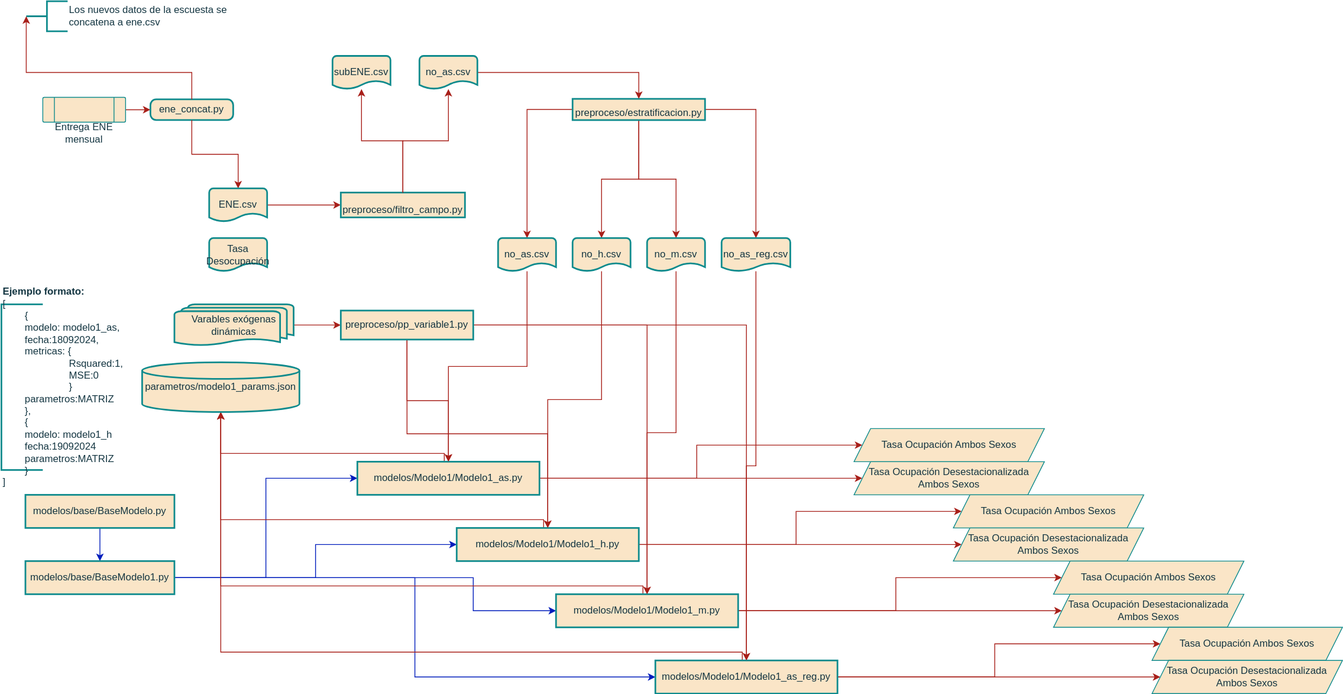
Earlier version of the draw.io export DLC.drawio.svg (alonsoU/alonsoU). Source tidied: cells renumbered, new cells last; positions are measured from the earlier drawing's top-left corner, leaving out a move shared by most shapes.
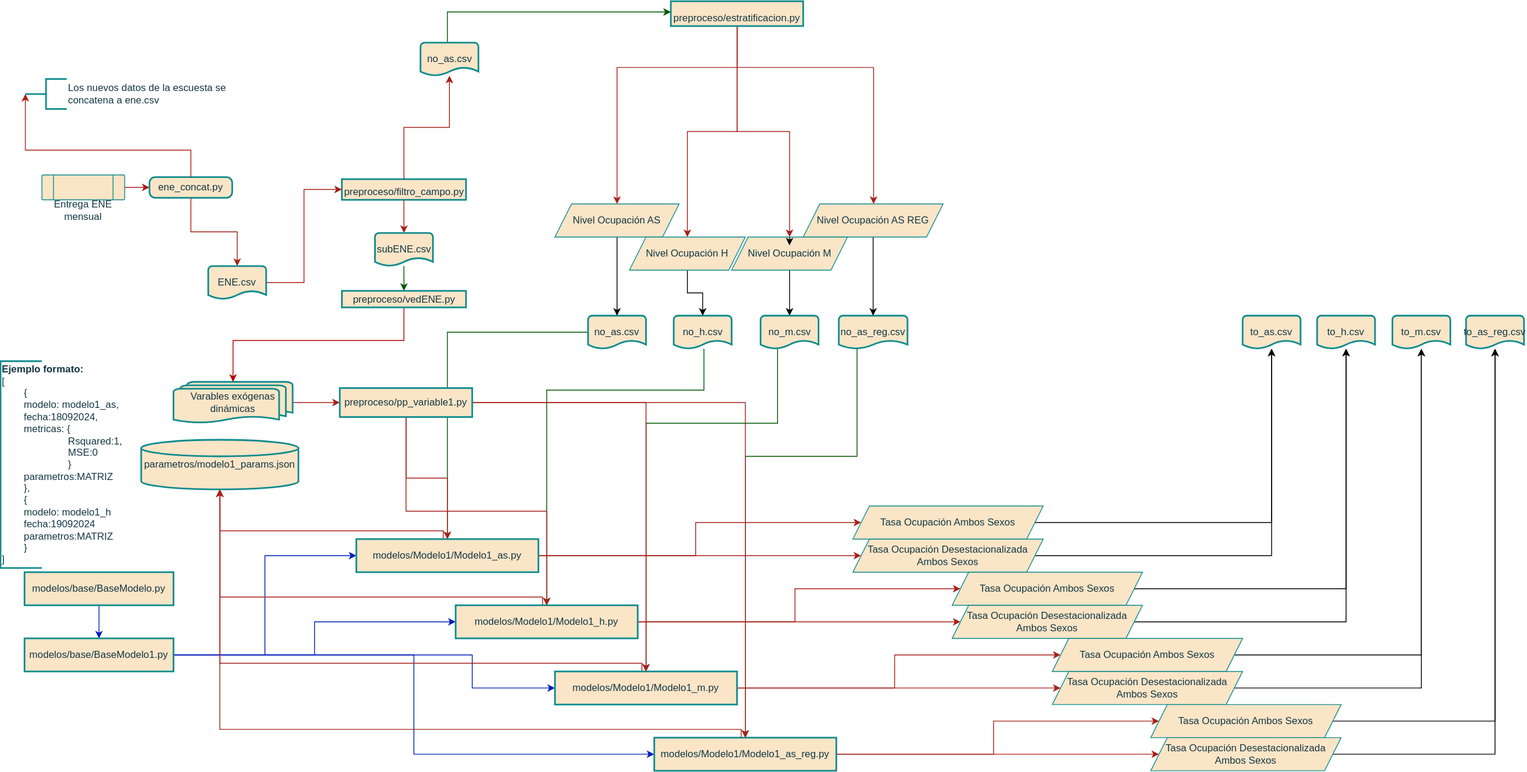
After the commit.

Diff of the diagram source:
```diff
@@ -14,3 +14,3 @@
     <mxCell id="5" value="preproceso/filtro_campo.py" style="rounded=0;whiteSpace=wrap;html=1;absoluteArcSize=1;arcSize=14;strokeWidth=2;labelBackgroundColor=none;fillColor=#FAE5C7;strokeColor=#0F8B8D;fontColor=#143642;verticalAlign=bottom;" parent="1" vertex="1">
-      <mxGeometry x="410" y="231" width="150" height="30" as="geometry" />
+      <mxGeometry x="412.5" y="121" width="150" height="25" as="geometry" />
     </mxCell>
@@ -22,28 +22,56 @@
     </mxCell>
-    <mxCell id="8" style="edgeStyle=orthogonalEdgeStyle;rounded=0;jettySize=auto;html=1;strokeColor=#A8201A;fontColor=default;fillColor=#FAE5C7;labelBackgroundColor=none;" parent="1" edge="1" source="57" target="31">
-      <mxGeometry relative="1" as="geometry" />
+    <mxCell id="8" style="edgeStyle=orthogonalEdgeStyle;rounded=0;jettySize=auto;html=1;strokeColor=#005700;fontColor=default;fillColor=#008a00;labelBackgroundColor=none;" parent="1" edge="1" source="57" target="31">
+      <mxGeometry relative="1" as="geometry">
+        <Array as="points">
+          <mxPoint x="540" y="306" />
+        </Array>
+      </mxGeometry>
     </mxCell>
-    <mxCell id="9" style="edgeStyle=orthogonalEdgeStyle;rounded=0;jettySize=auto;html=1;strokeColor=#A8201A;fontColor=default;fillColor=#FAE5C7;labelBackgroundColor=none;" parent="1" edge="1" source="13" target="57">
-      <mxGeometry relative="1" as="geometry" />
+    <mxCell id="9" style="edgeStyle=orthogonalEdgeStyle;rounded=0;jettySize=auto;html=1;strokeColor=#A8201A;fontColor=default;fillColor=#FAE5C7;labelBackgroundColor=none;" parent="1" edge="1" source="13" target="84">
+      <mxGeometry relative="1" as="geometry">
+        <Array as="points">
+          <mxPoint x="890" y="-14" />
+          <mxPoint x="745" y="-14" />
+        </Array>
+      </mxGeometry>
     </mxCell>
-    <mxCell id="10" style="edgeStyle=orthogonalEdgeStyle;rounded=0;jettySize=auto;html=1;strokeColor=#A8201A;fontColor=default;fillColor=#FAE5C7;labelBackgroundColor=none;entryX=0.5;entryY=0;entryDx=0;entryDy=0;entryPerimeter=0;" parent="1" edge="1" source="13" target="58">
+    <mxCell id="10" style="edgeStyle=orthogonalEdgeStyle;rounded=0;jettySize=auto;html=1;strokeColor=#A8201A;fontColor=default;fillColor=#FAE5C7;labelBackgroundColor=none;" parent="1" edge="1" source="13" target="86">
       <mxGeometry relative="1" as="geometry" />
     </mxCell>
-    <mxCell id="11" style="edgeStyle=orthogonalEdgeStyle;rounded=0;jettySize=auto;html=1;strokeColor=#A8201A;fontColor=default;fillColor=#FAE5C7;labelBackgroundColor=none;entryX=0.5;entryY=0;entryDx=0;entryDy=0;entryPerimeter=0;" parent="1" edge="1" source="13" target="59">
+    <mxCell id="11" style="edgeStyle=orthogonalEdgeStyle;rounded=0;jettySize=auto;html=1;strokeColor=#A8201A;fontColor=default;fillColor=#FAE5C7;labelBackgroundColor=none;" parent="1" edge="1" source="13" target="90">
       <mxGeometry relative="1" as="geometry" />
     </mxCell>
-    <mxCell id="12" style="edgeStyle=orthogonalEdgeStyle;rounded=0;jettySize=auto;html=1;strokeColor=#A8201A;fontColor=default;fillColor=#FAE5C7;labelBackgroundColor=none;" parent="1" edge="1" source="13" target="60">
-      <mxGeometry relative="1" as="geometry" />
+    <mxCell id="12" style="edgeStyle=orthogonalEdgeStyle;rounded=0;jettySize=auto;html=1;strokeColor=#A8201A;fontColor=default;fillColor=#FAE5C7;labelBackgroundColor=none;" parent="1" edge="1" source="13" target="88">
+      <mxGeometry relative="1" as="geometry">
+        <Array as="points">
+          <mxPoint x="890" y="-14" />
+          <mxPoint x="1055" y="-14" />
+        </Array>
+      </mxGeometry>
     </mxCell>
     <mxCell id="13" value="preproceso/estratificacion.py" style="rounded=0;whiteSpace=wrap;html=1;absoluteArcSize=1;arcSize=14;strokeWidth=2;strokeColor=#0F8B8D;fontColor=#143642;fillColor=#FAE5C7;verticalAlign=bottom;labelBackgroundColor=none;" parent="1" vertex="1">
-      <mxGeometry x="690" y="117.9" width="160" height="25.6" as="geometry" />
+      <mxGeometry x="810" y="-94" width="160" height="30" as="geometry" />
     </mxCell>
-    <mxCell id="14" style="edgeStyle=orthogonalEdgeStyle;rounded=0;jettySize=auto;html=1;strokeColor=#A8201A;fontColor=default;fillColor=#FAE5C7;labelBackgroundColor=none;" parent="1" edge="1" source="58" target="35">
-      <mxGeometry relative="1" as="geometry" />
+    <mxCell id="14" style="edgeStyle=orthogonalEdgeStyle;rounded=0;jettySize=auto;html=1;strokeColor=#005700;fontColor=default;fillColor=#008a00;labelBackgroundColor=none;" parent="1" edge="1" source="58" target="35">
+      <mxGeometry relative="1" as="geometry">
+        <Array as="points">
+          <mxPoint x="850" y="376" />
+          <mxPoint x="660" y="376" />
+        </Array>
+      </mxGeometry>
     </mxCell>
-    <mxCell id="15" style="edgeStyle=orthogonalEdgeStyle;rounded=0;jettySize=auto;html=1;strokeColor=#A8201A;fontColor=default;fillColor=#FAE5C7;labelBackgroundColor=none;" parent="1" edge="1" source="59" target="39">
-      <mxGeometry relative="1" as="geometry" />
+    <mxCell id="15" style="edgeStyle=orthogonalEdgeStyle;rounded=0;jettySize=auto;html=1;strokeColor=#005700;fontColor=default;fillColor=#008a00;labelBackgroundColor=none;" parent="1" edge="1" source="59" target="39">
+      <mxGeometry relative="1" as="geometry">
+        <Array as="points">
+          <mxPoint x="939" y="416" />
+          <mxPoint x="780" y="416" />
+        </Array>
+      </mxGeometry>
     </mxCell>
-    <mxCell id="16" style="edgeStyle=orthogonalEdgeStyle;rounded=0;jettySize=auto;html=1;strokeColor=#A8201A;fontColor=default;fillColor=#FAE5C7;labelBackgroundColor=none;" parent="1" edge="1" source="62" target="13">
-      <mxGeometry relative="1" as="geometry" />
+    <mxCell id="16" style="edgeStyle=orthogonalEdgeStyle;rounded=0;jettySize=auto;html=1;strokeColor=#005700;fontColor=default;fillColor=#008a00;labelBackgroundColor=none;" parent="1" edge="1" source="62" target="13">
+      <mxGeometry relative="1" as="geometry">
+        <Array as="points">
+          <mxPoint x="540" y="-81" />
+        </Array>
+      </mxGeometry>
     </mxCell>
@@ -90,4 +118,9 @@
     </mxCell>
-    <mxCell id="27" style="edgeStyle=orthogonalEdgeStyle;rounded=0;jettySize=auto;html=1;strokeColor=#A8201A;fontColor=default;fillColor=#FAE5C7;labelBackgroundColor=none;" parent="1" edge="1" source="60" target="43">
-      <mxGeometry relative="1" as="geometry" />
+    <mxCell id="27" style="edgeStyle=orthogonalEdgeStyle;rounded=0;jettySize=auto;html=1;strokeColor=#005700;fontColor=default;fillColor=#008a00;labelBackgroundColor=none;" parent="1" edge="1" source="60" target="43">
+      <mxGeometry relative="1" as="geometry">
+        <Array as="points">
+          <mxPoint x="1035" y="456" />
+          <mxPoint x="900" y="456" />
+        </Array>
+      </mxGeometry>
     </mxCell>
@@ -165,4 +198,7 @@
     <mxCell id="45" value="&lt;b&gt;Ejemplo formato:&lt;/b&gt;&lt;br&gt;[&lt;div&gt;&lt;span style=&quot;white-space-collapse: preserve;&quot;&gt;&#9;&lt;/span&gt;{&lt;/div&gt;&lt;div&gt;&lt;span style=&quot;white-space-collapse: preserve;&quot;&gt;&#9;&lt;/span&gt;modelo: modelo1_as,&lt;div&gt;&lt;span style=&quot;white-space-collapse: preserve;&quot;&gt;&#9;&lt;/span&gt;fecha:18092024,&lt;/div&gt;&lt;div&gt;&lt;span style=&quot;white-space: pre;&quot;&gt;&#9;&lt;/span&gt;metricas: {&lt;br&gt;&lt;/div&gt;&lt;div&gt;&lt;span style=&quot;white-space: pre;&quot;&gt;&#9;&lt;/span&gt;&lt;span style=&quot;white-space: pre;&quot;&gt;&#9;&lt;/span&gt;&lt;span style=&quot;white-space: pre;&quot;&gt;&#9;&lt;/span&gt;Rsquared:1,&lt;/div&gt;&lt;div&gt;&lt;span style=&quot;white-space: pre;&quot;&gt;&#9;&lt;/span&gt;&lt;span style=&quot;white-space: pre;&quot;&gt;&#9;&lt;/span&gt;&lt;span style=&quot;white-space: pre;&quot;&gt;&#9;&lt;/span&gt;MSE:0&lt;br&gt;&lt;/div&gt;&lt;div&gt;&lt;span style=&quot;white-space: pre;&quot;&gt;&#9;&lt;/span&gt;&lt;span style=&quot;white-space: pre;&quot;&gt;&#9;&lt;/span&gt;&lt;span style=&quot;white-space: pre;&quot;&gt;&#9;&lt;/span&gt;}&lt;br&gt;&lt;/div&gt;&lt;div&gt;&lt;span style=&quot;white-space-collapse: preserve;&quot;&gt;&#9;&lt;/span&gt;parametros:MATRIZ&lt;/div&gt;&lt;div&gt;&lt;span style=&quot;background-color: initial;&quot;&gt;&lt;span style=&quot;white-space-collapse: preserve;&quot;&gt;&#9;&lt;/span&gt;},&lt;/span&gt;&lt;/div&gt;&lt;div&gt;&lt;div&gt;&lt;span style=&quot;white-space-collapse: preserve;&quot;&gt;&#9;&lt;/span&gt;{&lt;/div&gt;&lt;div&gt;&lt;span style=&quot;white-space-collapse: preserve;&quot;&gt;&#9;&lt;/span&gt;&lt;span style=&quot;background-color: initial;&quot;&gt;modelo: modelo1_h&lt;/span&gt;&lt;br&gt;&lt;/div&gt;&lt;div&gt;&lt;span style=&quot;white-space-collapse: preserve;&quot;&gt;&#9;&lt;/span&gt;fecha:19092024&lt;/div&gt;&lt;div&gt;&lt;span style=&quot;white-space-collapse: preserve;&quot;&gt;&#9;&lt;/span&gt;parametros:MATRIZ&lt;/div&gt;&lt;div&gt;&lt;span style=&quot;white-space-collapse: preserve;&quot;&gt;&#9;&lt;/span&gt;}&lt;/div&gt;&lt;div&gt;]&lt;/div&gt;&lt;/div&gt;&lt;/div&gt;" style="strokeWidth=2;html=1;shape=mxgraph.flowchart.annotation_1;align=left;strokeColor=#0F8B8D;fontColor=#143642;fillColor=#FAE5C7;labelBackgroundColor=none;" parent="1" vertex="1">
-      <mxGeometry y="366" width="50" height="200" as="geometry" />
+      <mxGeometry y="341" width="50" height="250" as="geometry" />
     </mxCell>
+    <mxCell id="70" style="edgeStyle=orthogonalEdgeStyle;rounded=0;jettySize=auto;html=1;" parent="1" edge="1" source="46" target="81">
+      <mxGeometry relative="1" as="geometry" />
+    </mxCell>
     <mxCell id="46" value="Tasa Ocupación Ambos Sexos" style="shape=parallelogram;perimeter=parallelogramPerimeter;whiteSpace=wrap;html=1;fixedSize=1;labelBackgroundColor=none;fillColor=#FAE5C7;strokeColor=#0F8B8D;fontColor=#143642;" parent="1" vertex="1">
@@ -179,2 +215,5 @@
     </mxCell>
+    <mxCell id="71" style="edgeStyle=orthogonalEdgeStyle;rounded=0;jettySize=auto;html=1;" parent="1" edge="1" source="50" target="81">
+      <mxGeometry relative="1" as="geometry" />
+    </mxCell>
     <mxCell id="50" value="Tasa Ocupación Desestacionalizada Ambos Sexos" style="shape=parallelogram;perimeter=parallelogramPerimeter;whiteSpace=wrap;html=1;fixedSize=1;labelBackgroundColor=none;fillColor=#FAE5C7;strokeColor=#0F8B8D;fontColor=#143642;" parent="1" vertex="1">
@@ -182,2 +221,5 @@
     </mxCell>
+    <mxCell id="72" style="edgeStyle=orthogonalEdgeStyle;rounded=0;jettySize=auto;html=1;" parent="1" edge="1" source="51" target="82">
+      <mxGeometry relative="1" as="geometry" />
+    </mxCell>
     <mxCell id="51" value="Tasa Ocupación Ambos Sexos" style="shape=parallelogram;perimeter=parallelogramPerimeter;whiteSpace=wrap;html=1;fixedSize=1;labelBackgroundColor=none;fillColor=#FAE5C7;strokeColor=#0F8B8D;fontColor=#143642;" parent="1" vertex="1">
@@ -185,2 +227,5 @@
     </mxCell>
+    <mxCell id="73" style="edgeStyle=orthogonalEdgeStyle;rounded=0;jettySize=auto;html=1;" parent="1" edge="1" source="52" target="82">
+      <mxGeometry relative="1" as="geometry" />
+    </mxCell>
     <mxCell id="52" value="Tasa Ocupación Desestacionalizada Ambos Sexos" style="shape=parallelogram;perimeter=parallelogramPerimeter;whiteSpace=wrap;html=1;fixedSize=1;labelBackgroundColor=none;fillColor=#FAE5C7;strokeColor=#0F8B8D;fontColor=#143642;" parent="1" vertex="1">
@@ -188,2 +233,5 @@
     </mxCell>
+    <mxCell id="74" style="edgeStyle=orthogonalEdgeStyle;rounded=0;jettySize=auto;html=1;" parent="1" edge="1" source="53" target="79">
+      <mxGeometry relative="1" as="geometry" />
+    </mxCell>
     <mxCell id="53" value="Tasa Ocupación Ambos Sexos" style="shape=parallelogram;perimeter=parallelogramPerimeter;whiteSpace=wrap;html=1;fixedSize=1;labelBackgroundColor=none;fillColor=#FAE5C7;strokeColor=#0F8B8D;fontColor=#143642;" parent="1" vertex="1">
@@ -191,2 +239,5 @@
     </mxCell>
+    <mxCell id="75" style="edgeStyle=orthogonalEdgeStyle;rounded=0;jettySize=auto;html=1;" parent="1" edge="1" source="54" target="79">
+      <mxGeometry relative="1" as="geometry" />
+    </mxCell>
     <mxCell id="54" value="Tasa Ocupación Desestacionalizada Ambos Sexos" style="shape=parallelogram;perimeter=parallelogramPerimeter;whiteSpace=wrap;html=1;fixedSize=1;labelBackgroundColor=none;fillColor=#FAE5C7;strokeColor=#0F8B8D;fontColor=#143642;" parent="1" vertex="1">
@@ -194,2 +245,5 @@
     </mxCell>
+    <mxCell id="76" style="edgeStyle=orthogonalEdgeStyle;rounded=0;jettySize=auto;html=1;" parent="1" edge="1" source="55" target="80">
+      <mxGeometry relative="1" as="geometry" />
+    </mxCell>
     <mxCell id="55" value="Tasa Ocupación Ambos Sexos" style="shape=parallelogram;perimeter=parallelogramPerimeter;whiteSpace=wrap;html=1;fixedSize=1;labelBackgroundColor=none;fillColor=#FAE5C7;strokeColor=#0F8B8D;fontColor=#143642;" parent="1" vertex="1">
@@ -197,2 +251,5 @@
     </mxCell>
+    <mxCell id="77" style="edgeStyle=orthogonalEdgeStyle;rounded=0;jettySize=auto;html=1;" parent="1" edge="1" source="56" target="80">
+      <mxGeometry relative="1" as="geometry" />
+    </mxCell>
     <mxCell id="56" value="Tasa Ocupación Desestacionalizada Ambos Sexos" style="shape=parallelogram;perimeter=parallelogramPerimeter;whiteSpace=wrap;html=1;fixedSize=1;labelBackgroundColor=none;fillColor=#FAE5C7;strokeColor=#0F8B8D;fontColor=#143642;" parent="1" vertex="1">
@@ -201,18 +258,21 @@
     <mxCell id="57" value="no_as.csv" style="strokeWidth=2;html=1;shape=mxgraph.flowchart.document2;whiteSpace=wrap;size=0.25;strokeColor=#0F8B8D;fontColor=#143642;fillColor=#FAE5C7;" parent="1" vertex="1">
-      <mxGeometry x="600" y="286" width="70" height="40" as="geometry" />
+      <mxGeometry x="710" y="286" width="70" height="40" as="geometry" />
     </mxCell>
     <mxCell id="58" value="no_h.csv" style="strokeWidth=2;html=1;shape=mxgraph.flowchart.document2;whiteSpace=wrap;size=0.25;strokeColor=#0F8B8D;fontColor=#143642;fillColor=#FAE5C7;" parent="1" vertex="1">
-      <mxGeometry x="690" y="286" width="70" height="40" as="geometry" />
+      <mxGeometry x="813.5" y="286" width="70" height="40" as="geometry" />
     </mxCell>
     <mxCell id="59" value="no_m.csv" style="strokeWidth=2;html=1;shape=mxgraph.flowchart.document2;whiteSpace=wrap;size=0.25;strokeColor=#0F8B8D;fontColor=#143642;fillColor=#FAE5C7;" parent="1" vertex="1">
-      <mxGeometry x="780" y="286" width="70" height="40" as="geometry" />
+      <mxGeometry x="918.5" y="286" width="70" height="40" as="geometry" />
     </mxCell>
     <mxCell id="60" value="no_as_reg.csv" style="strokeWidth=2;html=1;shape=mxgraph.flowchart.document2;whiteSpace=wrap;size=0.25;strokeColor=#0F8B8D;fontColor=#143642;fillColor=#FAE5C7;" parent="1" vertex="1">
-      <mxGeometry x="870" y="286" width="83" height="40" as="geometry" />
+      <mxGeometry x="1013" y="286" width="83" height="40" as="geometry" />
     </mxCell>
+    <mxCell id="78" style="edgeStyle=orthogonalEdgeStyle;rounded=0;jettySize=auto;html=1;fillColor=#008a00;strokeColor=#005700;" parent="1" edge="1" source="61" target="93">
+      <mxGeometry relative="1" as="geometry" />
+    </mxCell>
     <mxCell id="61" value="subENE.csv" style="strokeWidth=2;html=1;shape=mxgraph.flowchart.document2;whiteSpace=wrap;size=0.25;strokeColor=#0F8B8D;fontColor=#143642;fillColor=#FAE5C7;" parent="1" vertex="1">
-      <mxGeometry x="400" y="66" width="70" height="40" as="geometry" />
+      <mxGeometry x="452.5" y="186" width="70" height="40" as="geometry" />
     </mxCell>
     <mxCell id="62" value="no_as.csv" style="strokeWidth=2;html=1;shape=mxgraph.flowchart.document2;whiteSpace=wrap;size=0.25;strokeColor=#0F8B8D;fontColor=#143642;fillColor=#FAE5C7;" parent="1" vertex="1">
-      <mxGeometry x="505" y="66" width="70" height="40" as="geometry" />
+      <mxGeometry x="507.5" y="-44" width="70" height="40" as="geometry" />
     </mxCell>
@@ -221,5 +281,2 @@
     </mxCell>
-    <mxCell id="64" value="Tasa Desocupación" style="strokeWidth=2;html=1;shape=mxgraph.flowchart.document2;whiteSpace=wrap;size=0.25;strokeColor=#0F8B8D;fontColor=#143642;fillColor=#FAE5C7;" parent="1" vertex="1">
-      <mxGeometry x="251" y="286" width="70" height="40" as="geometry" />
-    </mxCell>
     <mxCell id="65" style="edgeStyle=orthogonalEdgeStyle;rounded=0;jettySize=auto;html=1;strokeColor=#A8201A;fontColor=#143642;fillColor=#FAE5C7;" parent="1" edge="1" source="69" target="31">
@@ -239,2 +296,52 @@
     </mxCell>
+    <mxCell id="79" value="to_m.csv" style="strokeWidth=2;html=1;shape=mxgraph.flowchart.document2;whiteSpace=wrap;size=0.25;strokeColor=#0F8B8D;fontColor=#143642;fillColor=#FAE5C7;" parent="1" vertex="1">
+      <mxGeometry x="1682" y="286" width="70" height="40" as="geometry" />
+    </mxCell>
+    <mxCell id="80" value="to_as_reg.csv" style="strokeWidth=2;html=1;shape=mxgraph.flowchart.document2;whiteSpace=wrap;size=0.25;strokeColor=#0F8B8D;fontColor=#143642;fillColor=#FAE5C7;" parent="1" vertex="1">
+      <mxGeometry x="1771" y="286" width="70" height="40" as="geometry" />
+    </mxCell>
+    <mxCell id="81" value="to_as.csv" style="strokeWidth=2;html=1;shape=mxgraph.flowchart.document2;whiteSpace=wrap;size=0.25;strokeColor=#0F8B8D;fontColor=#143642;fillColor=#FAE5C7;" parent="1" vertex="1">
+      <mxGeometry x="1501" y="286" width="70" height="40" as="geometry" />
+    </mxCell>
+    <mxCell id="82" value="to_h.csv" style="strokeWidth=2;html=1;shape=mxgraph.flowchart.document2;whiteSpace=wrap;size=0.25;strokeColor=#0F8B8D;fontColor=#143642;fillColor=#FAE5C7;" parent="1" vertex="1">
+      <mxGeometry x="1591" y="286" width="70" height="40" as="geometry" />
+    </mxCell>
+    <mxCell id="83" style="edgeStyle=orthogonalEdgeStyle;rounded=0;jettySize=auto;html=1;" parent="1" edge="1" source="84" target="57">
+      <mxGeometry relative="1" as="geometry" />
+    </mxCell>
+    <mxCell id="84" value="Nivel Ocupación AS" style="shape=parallelogram;perimeter=parallelogramPerimeter;whiteSpace=wrap;html=1;fixedSize=1;labelBackgroundColor=none;fillColor=#FAE5C7;strokeColor=#0F8B8D;fontColor=#143642;" parent="1" vertex="1">
+      <mxGeometry x="670" y="151" width="150" height="40" as="geometry" />
+    </mxCell>
+    <mxCell id="85" style="edgeStyle=orthogonalEdgeStyle;rounded=0;jettySize=auto;html=1;" parent="1" edge="1" source="86" target="58">
+      <mxGeometry relative="1" as="geometry" />
+    </mxCell>
+    <mxCell id="86" value="Nivel Ocupación H" style="shape=parallelogram;perimeter=parallelogramPerimeter;whiteSpace=wrap;html=1;fixedSize=1;labelBackgroundColor=none;fillColor=#FAE5C7;strokeColor=#0F8B8D;fontColor=#143642;" parent="1" vertex="1">
+      <mxGeometry x="760" y="191" width="140" height="40" as="geometry" />
+    </mxCell>
+    <mxCell id="87" style="edgeStyle=orthogonalEdgeStyle;rounded=0;jettySize=auto;html=1;" parent="1" edge="1" source="88" target="60">
+      <mxGeometry relative="1" as="geometry" />
+    </mxCell>
+    <mxCell id="88" value="Nivel Ocupación AS REG" style="shape=parallelogram;perimeter=parallelogramPerimeter;whiteSpace=wrap;html=1;fixedSize=1;labelBackgroundColor=none;fillColor=#FAE5C7;strokeColor=#0F8B8D;fontColor=#143642;" parent="1" vertex="1">
+      <mxGeometry x="970" y="151" width="169" height="40" as="geometry" />
+    </mxCell>
+    <mxCell id="89" style="edgeStyle=orthogonalEdgeStyle;rounded=0;jettySize=auto;html=1;" parent="1" edge="1" source="90" target="59">
+      <mxGeometry relative="1" as="geometry" />
+    </mxCell>
+    <mxCell id="90" value="Nivel Ocupación M" style="shape=parallelogram;perimeter=parallelogramPerimeter;whiteSpace=wrap;html=1;fixedSize=1;labelBackgroundColor=none;fillColor=#FAE5C7;strokeColor=#0F8B8D;fontColor=#143642;" parent="1" vertex="1">
+      <mxGeometry x="883.5" y="191" width="140" height="40" as="geometry" />
+    </mxCell>
+    <mxCell id="91" style="edgeStyle=orthogonalEdgeStyle;rounded=0;orthogonalLoop=1;jettySize=auto;html=1;exitX=0.5;exitY=0;exitDx=0;exitDy=0;entryX=0.499;entryY=0.25;entryDx=0;entryDy=0;entryPerimeter=0;" parent="1" edge="1" source="90" target="90">
+      <mxGeometry relative="1" as="geometry" />
+    </mxCell>
+    <mxCell id="92" style="edgeStyle=orthogonalEdgeStyle;rounded=0;jettySize=auto;html=1;fillColor=#e51400;strokeColor=#B20000;" parent="1" edge="1" source="93" target="4">
+      <mxGeometry relative="1" as="geometry">
+        <Array as="points">
+          <mxPoint x="488" y="316" />
+          <mxPoint x="281" y="316" />
+        </Array>
+      </mxGeometry>
+    </mxCell>
+    <mxCell id="93" value="preproceso/vedENE.py" style="rounded=0;whiteSpace=wrap;html=1;absoluteArcSize=1;arcSize=14;strokeWidth=2;labelBackgroundColor=none;fillColor=#FAE5C7;strokeColor=#0F8B8D;fontColor=#143642;verticalAlign=bottom;" parent="1" vertex="1">
+      <mxGeometry x="412.5" y="256" width="150" height="20" as="geometry" />
+    </mxCell>
   </root>
```
